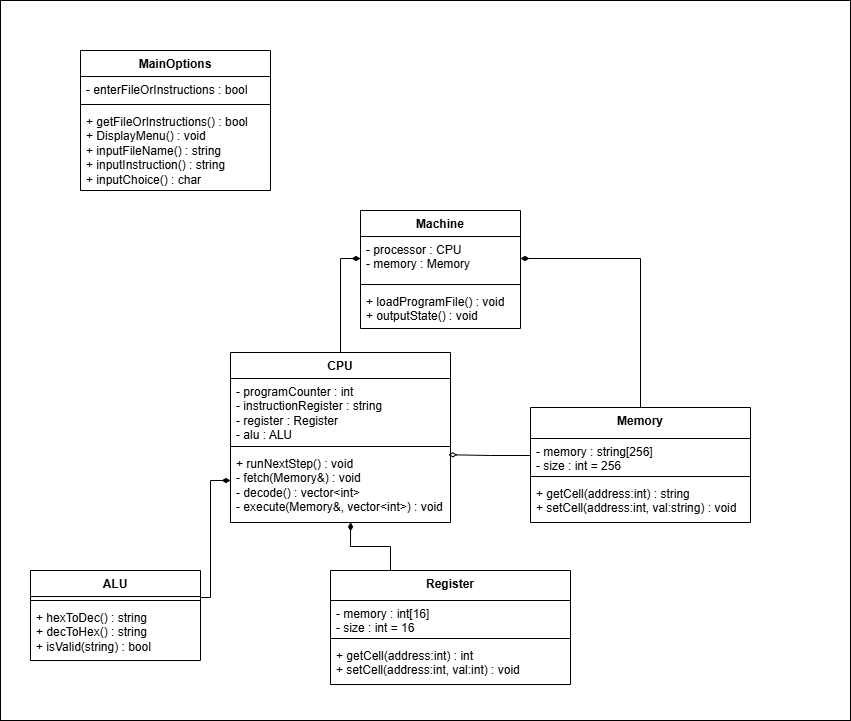
Earlier version of the draw.io export VoleMachineUMLClassDiagram.png (mohamedtarikz/VoleMachineSim). Source tidied: cells renumbered, new cells last; positions are measured from the earlier drawing's top-left corner, leaving out a move shared by most shapes.
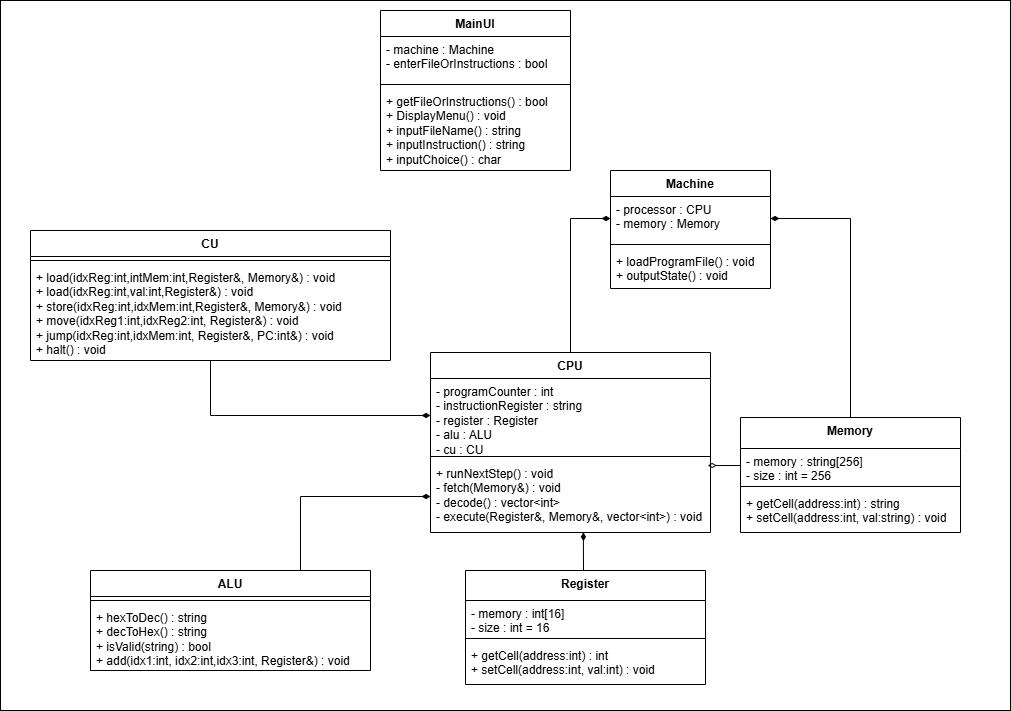
The same diagram one commit later.

Commit message:
UML Class Design - UPDATE

Diff of the diagram source:
```diff
@@ -2,33 +2,38 @@
   <root>
     <mxCell id="0" />
     <mxCell id="1" parent="0" />
-    <mxCell id="2" style="whiteSpace=wrap;html=1;" parent="1" vertex="1">
-      <mxGeometry width="850" height="720" as="geometry" />
-    </mxCell>
+    <mxCell id="31" style="whiteSpace=wrap;html=1;" parent="1" vertex="1">
+      <mxGeometry x="-160" width="1010" height="710" as="geometry" />
+    </mxCell>
     <mxCell id="3" value="CPU" style="swimlane;fontStyle=1;align=center;verticalAlign=top;horizontal=1;startSize=26;whiteSpace=wrap;html=1;" parent="1" vertex="1">
-      <mxGeometry x="230" y="352" width="220" height="170" as="geometry" />
+      <mxGeometry x="270" y="352" width="280" height="180" as="geometry" />
     </mxCell>
-    <mxCell id="4" value="- programCounter : int&lt;div&gt;- instructionRegister : string&lt;br&gt;&lt;div&gt;- register : Register&lt;/div&gt;&lt;/div&gt;&lt;div&gt;- alu : ALU&lt;/div&gt;" style="text;strokeColor=none;fillColor=none;align=left;verticalAlign=top;spacingLeft=4;spacingRight=4;overflow=hidden;points=[[0,0.5],[1,0.5]];portConstraint=eastwest;whiteSpace=wrap;html=1;" parent="3" vertex="1">
-      <mxGeometry y="26" width="220" height="64" as="geometry" />
+    <mxCell id="4" value="- programCounter : int&lt;div&gt;- instructionRegister : string&lt;br&gt;&lt;div&gt;- register : Register&lt;/div&gt;&lt;/div&gt;&lt;div&gt;- alu : ALU&lt;/div&gt;&lt;div&gt;- cu : CU&lt;/div&gt;" style="text;strokeColor=none;fillColor=none;align=left;verticalAlign=top;spacingLeft=4;spacingRight=4;overflow=hidden;points=[[0,0.5],[1,0.5]];portConstraint=eastwest;whiteSpace=wrap;html=1;" parent="3" vertex="1">
+      <mxGeometry y="26" width="280" height="74" as="geometry" />
     </mxCell>
     <mxCell id="5" style="line;strokeWidth=1;fillColor=none;align=left;verticalAlign=middle;spacingTop=-1;spacingLeft=3;spacingRight=3;labelPosition=right;strokeColor=inherit;" parent="3" vertex="1">
-      <mxGeometry y="90" width="220" height="8" as="geometry" />
+      <mxGeometry y="100" width="280" height="8" as="geometry" />
     </mxCell>
-    <mxCell id="6" value="+ runNextStep() : void&lt;div&gt;- fetch(Memory&amp;amp;) : void&lt;/div&gt;&lt;div&gt;- decode() : vector&amp;lt;int&amp;gt;&lt;/div&gt;&lt;div&gt;- execute(Memory&amp;amp;, vector&amp;lt;int&amp;gt;) : void&lt;/div&gt;" style="text;strokeColor=none;fillColor=none;align=left;verticalAlign=top;spacingLeft=4;spacingRight=4;overflow=hidden;points=[[0,0.5],[1,0.5]];portConstraint=eastwest;whiteSpace=wrap;html=1;" parent="3" vertex="1">
-      <mxGeometry y="98" width="220" height="72" as="geometry" />
+    <mxCell id="6" value="+ runNextStep() : void&lt;div&gt;- fetch(Memory&amp;amp;) : void&lt;/div&gt;&lt;div&gt;- decode() : vector&amp;lt;int&amp;gt;&lt;/div&gt;&lt;div&gt;- execute(Register&amp;amp;, Memory&amp;amp;, vector&amp;lt;int&amp;gt;) : void&lt;/div&gt;" style="text;strokeColor=none;fillColor=none;align=left;verticalAlign=top;spacingLeft=4;spacingRight=4;overflow=hidden;points=[[0,0.5],[1,0.5]];portConstraint=eastwest;whiteSpace=wrap;html=1;" parent="3" vertex="1">
+      <mxGeometry y="108" width="280" height="72" as="geometry" />
     </mxCell>
     <mxCell id="7" style="edgeStyle=orthogonalEdgeStyle;rounded=0;jettySize=auto;html=1;exitX=0.5;exitY=0;exitDx=0;exitDy=0;entryX=0;entryY=0.5;entryDx=0;entryDy=0;endArrow=diamondThin;endFill=1;" parent="1" edge="1" source="3" target="26">
-      <mxGeometry relative="1" as="geometry" />
+      <mxGeometry relative="1" as="geometry">
+        <Array as="points">
+          <mxPoint x="410" y="352" />
+          <mxPoint x="410" y="218" />
+        </Array>
+      </mxGeometry>
     </mxCell>
     <mxCell id="8" style="edgeStyle=orthogonalEdgeStyle;rounded=0;jettySize=auto;html=1;exitX=0.5;exitY=0;exitDx=0;exitDy=0;endArrow=diamondThin;endFill=1;entryX=1;entryY=0.5;entryDx=0;entryDy=0;" parent="1" edge="1" source="9" target="26">
       <mxGeometry relative="1" as="geometry">
         <Array as="points">
-          <mxPoint x="640" y="258" />
+          <mxPoint x="690" y="218" />
         </Array>
       </mxGeometry>
     </mxCell>
     <mxCell id="9" value="Memory" style="swimlane;fontStyle=1;align=center;verticalAlign=top;horizontal=1;startSize=31;whiteSpace=wrap;html=1;" parent="1" vertex="1">
-      <mxGeometry x="530" y="407" width="220" height="115" as="geometry" />
+      <mxGeometry x="580" y="417" width="220" height="115" as="geometry" />
     </mxCell>
     <mxCell id="10" value="- memory : string[256]&lt;div&gt;- size : int = 256&lt;/div&gt;" style="text;strokeColor=none;fillColor=none;align=left;verticalAlign=top;spacingLeft=4;spacingRight=4;overflow=hidden;points=[[0,0.5],[1,0.5]];portConstraint=eastwest;whiteSpace=wrap;html=1;" parent="9" vertex="1">
       <mxGeometry y="31" width="220" height="34" as="geometry" />
@@ -40,7 +45,7 @@
       <mxGeometry y="73" width="220" height="42" as="geometry" />
     </mxCell>
     <mxCell id="13" value="Register" style="swimlane;fontStyle=1;align=center;verticalAlign=top;horizontal=1;startSize=30;whiteSpace=wrap;html=1;" parent="1" vertex="1">
-      <mxGeometry x="330" y="570" width="240" height="114" as="geometry" />
+      <mxGeometry x="305" y="570" width="240" height="114" as="geometry" />
     </mxCell>
     <mxCell id="14" value="- memory : int[16]&lt;div&gt;- size : int = 16&lt;/div&gt;" style="text;strokeColor=none;fillColor=none;align=left;verticalAlign=top;spacingLeft=4;spacingRight=4;overflow=hidden;whiteSpace=wrap;html=1;" parent="13" vertex="1">
       <mxGeometry y="30" width="240" height="34" as="geometry" />
@@ -51,40 +56,32 @@
     <mxCell id="16" value="+ getCell(address:int) : int&lt;div&gt;+ setCell(address:int, val:int) : void&lt;/div&gt;" style="text;strokeColor=none;fillColor=none;align=left;verticalAlign=top;spacingLeft=4;spacingRight=4;overflow=hidden;whiteSpace=wrap;html=1;" parent="13" vertex="1">
       <mxGeometry y="72" width="240" height="42" as="geometry" />
     </mxCell>
-    <mxCell id="17" style="edgeStyle=orthogonalEdgeStyle;rounded=0;orthogonalLoop=1;jettySize=auto;html=1;exitX=1;exitY=0.25;exitDx=0;exitDy=0;curved=0;endArrow=diamondThin;endFill=1;" parent="1" edge="1">
-      <mxGeometry relative="1" as="geometry">
-        <mxPoint x="200" y="592.5" as="sourcePoint" />
-        <mxPoint x="230" y="480" as="targetPoint" />
-        <Array as="points">
-          <mxPoint x="200" y="597" />
-          <mxPoint x="210" y="597" />
-          <mxPoint x="210" y="480" />
-        </Array>
-      </mxGeometry>
-    </mxCell>
+    <mxCell id="32" style="edgeStyle=orthogonalEdgeStyle;rounded=0;jettySize=auto;html=1;exitX=0.75;exitY=0;exitDx=0;exitDy=0;entryX=0;entryY=0.5;entryDx=0;entryDy=0;endArrow=diamondThin;endFill=1;" parent="1" edge="1" source="18" target="6">
+      <mxGeometry relative="1" as="geometry" />
+    </mxCell>
     <mxCell id="18" value="ALU" style="swimlane;fontStyle=1;align=center;verticalAlign=top;horizontal=1;startSize=26;whiteSpace=wrap;html=1;" parent="1" vertex="1">
-      <mxGeometry x="30" y="570" width="170" height="90" as="geometry" />
+      <mxGeometry x="-70" y="570" width="280" height="100" as="geometry" />
     </mxCell>
     <mxCell id="19" style="line;strokeWidth=1;fillColor=none;align=left;verticalAlign=middle;spacingTop=-1;spacingLeft=3;spacingRight=3;labelPosition=right;strokeColor=inherit;" parent="18" vertex="1">
-      <mxGeometry y="26" width="170" height="8" as="geometry" />
+      <mxGeometry y="26" width="280" height="8" as="geometry" />
     </mxCell>
-    <mxCell id="20" value="+ hexToDec() : string&lt;div&gt;+ decToHex() : string&lt;/div&gt;&lt;div&gt;+ isValid(string) : bool&lt;/div&gt;" style="text;strokeColor=none;fillColor=none;align=left;verticalAlign=top;spacingLeft=4;spacingRight=4;overflow=hidden;whiteSpace=wrap;html=1;" parent="18" vertex="1">
-      <mxGeometry y="34" width="170" height="56" as="geometry" />
+    <mxCell id="20" value="+ hexToDec() : string&lt;div&gt;+ decToHex() : string&lt;/div&gt;&lt;div&gt;+ isValid(string) : bool&lt;/div&gt;&lt;div&gt;+ add(idx1:int, idx2:int,idx3:int, Register&amp;amp;) : void&amp;nbsp;&lt;/div&gt;" style="text;strokeColor=none;fillColor=none;align=left;verticalAlign=top;spacingLeft=4;spacingRight=4;overflow=hidden;whiteSpace=wrap;html=1;" parent="18" vertex="1">
+      <mxGeometry y="34" width="280" height="66" as="geometry" />
     </mxCell>
-    <mxCell id="21" value="MainOptions" style="swimlane;fontStyle=1;align=center;verticalAlign=top;horizontal=1;startSize=26;whiteSpace=wrap;html=1;" parent="1" vertex="1">
-      <mxGeometry x="80" y="50" width="190" height="140" as="geometry" />
+    <mxCell id="21" value="MainUI" style="swimlane;fontStyle=1;align=center;verticalAlign=top;horizontal=1;startSize=26;whiteSpace=wrap;html=1;" parent="1" vertex="1">
+      <mxGeometry x="220" y="10" width="190" height="160" as="geometry" />
     </mxCell>
-    <mxCell id="22" value="&lt;div&gt;- enterFileOrInstructions : bool&lt;/div&gt;" style="text;strokeColor=none;fillColor=none;align=left;verticalAlign=top;spacingLeft=4;spacingRight=4;overflow=hidden;whiteSpace=wrap;html=1;" parent="21" vertex="1">
-      <mxGeometry y="26" width="190" height="24" as="geometry" />
+    <mxCell id="22" value="&lt;div&gt;- machine : Machine&lt;/div&gt;&lt;div&gt;- enterFileOrInstructions : bool&lt;/div&gt;" style="text;strokeColor=none;fillColor=none;align=left;verticalAlign=top;spacingLeft=4;spacingRight=4;overflow=hidden;whiteSpace=wrap;html=1;" parent="21" vertex="1">
+      <mxGeometry y="26" width="190" height="44" as="geometry" />
     </mxCell>
     <mxCell id="23" style="line;strokeWidth=1;fillColor=none;align=left;verticalAlign=middle;spacingTop=-1;spacingLeft=3;spacingRight=3;labelPosition=right;strokeColor=inherit;" parent="21" vertex="1">
-      <mxGeometry y="50" width="190" height="8" as="geometry" />
+      <mxGeometry y="70" width="190" height="8" as="geometry" />
     </mxCell>
     <mxCell id="24" value="&lt;div&gt;&lt;span style=&quot;background-color: initial;&quot;&gt;+ getFileOrInstructions() : bool&lt;/span&gt;&lt;/div&gt;+ DisplayMenu() : void&lt;div&gt;+ inputFileName() : string&lt;div&gt;+ inputInstruction() : string&lt;/div&gt;&lt;div&gt;+ inputChoice() : char&lt;/div&gt;&lt;/div&gt;" style="text;strokeColor=none;fillColor=none;align=left;verticalAlign=top;spacingLeft=4;spacingRight=4;overflow=hidden;whiteSpace=wrap;html=1;" parent="21" vertex="1">
-      <mxGeometry y="58" width="190" height="82" as="geometry" />
+      <mxGeometry y="78" width="190" height="82" as="geometry" />
     </mxCell>
     <mxCell id="25" value="Machine" style="swimlane;fontStyle=1;align=center;verticalAlign=top;horizontal=1;startSize=26;whiteSpace=wrap;html=1;" parent="1" vertex="1">
-      <mxGeometry x="360" y="210" width="160" height="118" as="geometry" />
+      <mxGeometry x="450" y="170" width="160" height="118" as="geometry" />
     </mxCell>
     <mxCell id="26" value="- processor : CPU&lt;div&gt;- memory : Memory&lt;/div&gt;" style="text;strokeColor=none;fillColor=none;align=left;verticalAlign=top;spacingLeft=4;spacingRight=4;overflow=hidden;points=[[0,0.5],[1,0.5]];portConstraint=eastwest;whiteSpace=wrap;html=1;" parent="25" vertex="1">
       <mxGeometry y="26" width="160" height="44" as="geometry" />
@@ -98,8 +95,20 @@
     <mxCell id="29" style="edgeStyle=orthogonalEdgeStyle;rounded=0;jettySize=auto;html=1;exitX=0;exitY=0.5;exitDx=0;exitDy=0;entryX=0.99;entryY=0.059;entryDx=0;entryDy=0;entryPerimeter=0;endArrow=diamondThin;endFill=0;" parent="1" edge="1" source="10" target="6">
       <mxGeometry relative="1" as="geometry" />
     </mxCell>
-    <mxCell id="30" style="edgeStyle=orthogonalEdgeStyle;rounded=0;jettySize=auto;html=1;exitX=0.25;exitY=0;exitDx=0;exitDy=0;entryX=0.546;entryY=0.997;entryDx=0;entryDy=0;entryPerimeter=0;endArrow=diamondThin;endFill=1;" parent="1" edge="1" source="13" target="6">
+    <mxCell id="30" style="edgeStyle=orthogonalEdgeStyle;rounded=0;jettySize=auto;html=1;exitX=0.5;exitY=0;exitDx=0;exitDy=0;entryX=0.546;entryY=0.997;entryDx=0;entryDy=0;entryPerimeter=0;endArrow=diamondThin;endFill=1;" parent="1" edge="1" source="13" target="6">
       <mxGeometry relative="1" as="geometry" />
     </mxCell>
+    <mxCell id="33" style="edgeStyle=orthogonalEdgeStyle;rounded=0;jettySize=auto;html=1;entryX=0;entryY=0.5;entryDx=0;entryDy=0;endArrow=diamondThin;endFill=1;" parent="1" edge="1" source="34" target="4">
+      <mxGeometry relative="1" as="geometry" />
+    </mxCell>
+    <mxCell id="34" value="CU" style="swimlane;fontStyle=1;align=center;verticalAlign=top;horizontal=1;startSize=26;whiteSpace=wrap;html=1;" parent="1" vertex="1">
+      <mxGeometry x="-130" y="230" width="360" height="130" as="geometry" />
+    </mxCell>
+    <mxCell id="35" style="line;strokeWidth=1;fillColor=none;align=left;verticalAlign=middle;spacingTop=-1;spacingLeft=3;spacingRight=3;labelPosition=right;strokeColor=inherit;" parent="34" vertex="1">
+      <mxGeometry y="26" width="360" height="8" as="geometry" />
+    </mxCell>
+    <mxCell id="36" value="+ load(idxReg:int,intMem:int,Register&amp;amp;, Memory&amp;amp;) : void&lt;div&gt;+ load(idxReg:int,val:int,Register&amp;amp;) : void&lt;/div&gt;&lt;div&gt;+ store(idxReg:int,idxMem:int,Register&amp;amp;, Memory&amp;amp;) : void&lt;/div&gt;&lt;div&gt;+ move(idxReg1:int,idxReg2:int, Register&amp;amp;) : void&lt;/div&gt;&lt;div&gt;+ jump(idxReg:int,idxMem:int, Register&amp;amp;, PC:int&amp;amp;) : void&lt;/div&gt;&lt;div&gt;+ halt() : void&lt;/div&gt;" style="text;strokeColor=none;fillColor=none;align=left;verticalAlign=top;spacingLeft=4;spacingRight=4;overflow=hidden;whiteSpace=wrap;html=1;" parent="34" vertex="1">
+      <mxGeometry y="34" width="360" height="96" as="geometry" />
+    </mxCell>
   </root>
 </mxGraphModel>
```
